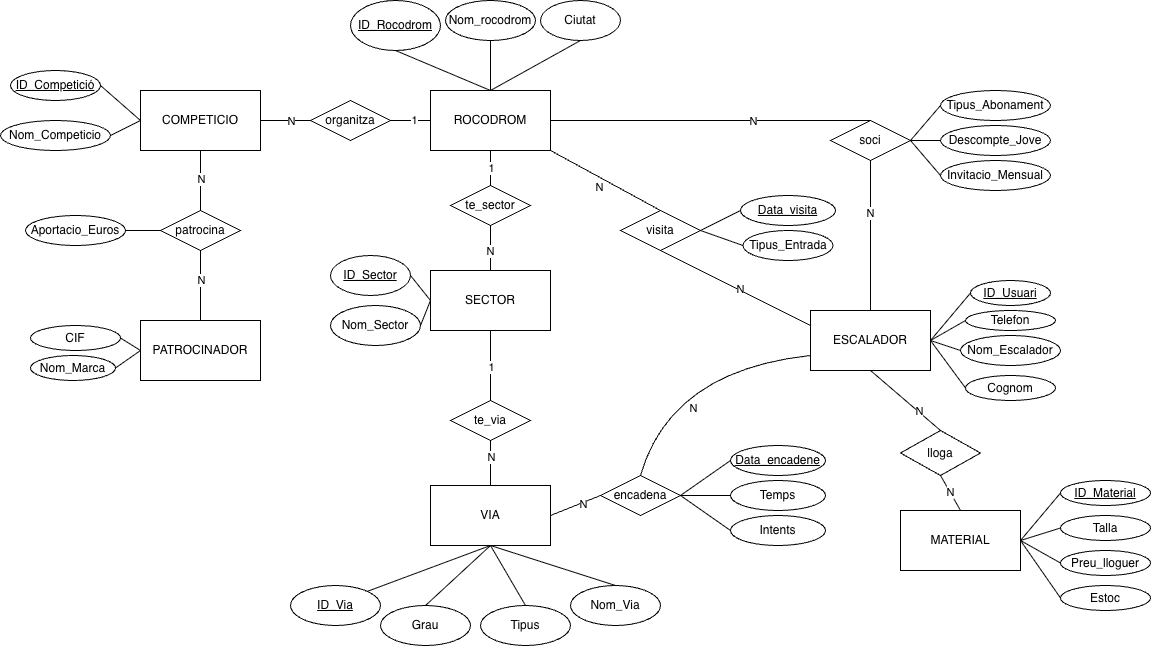
This is diagrama.png from huangjuehe/basesdedatos, a draw.io export, as it was before one commit. Source tidied: cells renumbered, new cells last; positions are measured from the earlier drawing's top-left corner, leaving out a move shared by most shapes.
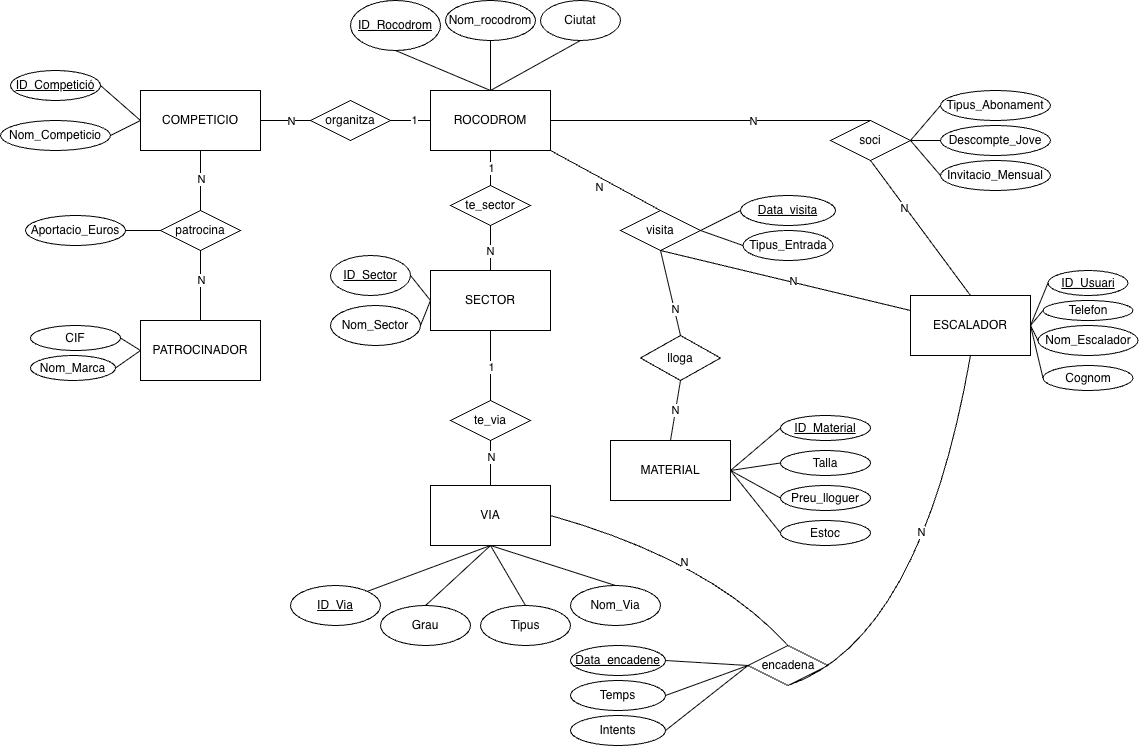
The same file after the commit.

Diff of the diagram source:
```diff
@@ -18,7 +18,7 @@
       <mxGeometry x="430" y="485" width="120" height="60" as="geometry" />
     </mxCell>
     <mxCell id="7" value="ESCALADOR" style="rounded=0;whiteSpace=wrap;html=1;" parent="1" vertex="1">
-      <mxGeometry x="810" y="310" width="120" height="60" as="geometry" />
+      <mxGeometry x="910" y="295" width="120" height="60" as="geometry" />
     </mxCell>
     <mxCell id="8" value="COMPETICIO" style="rounded=0;whiteSpace=wrap;html=1;" parent="1" vertex="1">
       <mxGeometry x="140" y="90" width="120" height="60" as="geometry" />
@@ -51,16 +51,16 @@
       <mxGeometry x="10" y="70" width="90" height="30" as="geometry" />
     </mxCell>
     <mxCell id="18" value="&lt;u&gt;ID_Usuari&lt;/u&gt;" style="ellipse;whiteSpace=wrap;html=1;" parent="1" vertex="1">
-      <mxGeometry x="970" y="280" width="80" height="25" as="geometry" />
+      <mxGeometry x="1047.5" y="270" width="80" height="25" as="geometry" />
     </mxCell>
     <mxCell id="19" value="Telefon" style="ellipse;whiteSpace=wrap;html=1;" parent="1" vertex="1">
-      <mxGeometry x="965" y="310" width="90" height="20" as="geometry" />
+      <mxGeometry x="1042.5" y="300" width="90" height="20" as="geometry" />
     </mxCell>
     <mxCell id="20" value="Nom_Escalador" style="ellipse;whiteSpace=wrap;html=1;" parent="1" vertex="1">
-      <mxGeometry x="960" y="335" width="100" height="30" as="geometry" />
+      <mxGeometry x="1037.5" y="325" width="100" height="30" as="geometry" />
     </mxCell>
     <mxCell id="21" value="Cognom" style="ellipse;whiteSpace=wrap;html=1;" parent="1" vertex="1">
-      <mxGeometry x="965" y="375" width="90" height="25" as="geometry" />
+      <mxGeometry x="1042.5" y="365" width="90" height="25" as="geometry" />
     </mxCell>
     <mxCell id="22" value="CIF" style="ellipse;whiteSpace=wrap;html=1;" parent="1" vertex="1">
       <mxGeometry x="30" y="325" width="90" height="25" as="geometry" />
@@ -141,7 +141,7 @@
       <mxGeometry x="160" y="210" width="80" height="40" as="geometry" />
     </mxCell>
     <mxCell id="48" value="encadena" style="rhombus;whiteSpace=wrap;html=1;" parent="1" vertex="1">
-      <mxGeometry x="600" y="475" width="80" height="40" as="geometry" />
+      <mxGeometry x="747.5" y="645" width="80" height="40" as="geometry" />
     </mxCell>
     <mxCell id="49" style="endArrow=none;html=1;rounded=0;entryX=0.5;entryY=1;entryDx=0;entryDy=0;exitX=0;exitY=0.25;exitDx=0;exitDy=0;curved=1;" parent="1" edge="1" source="7" target="46">
       <mxGeometry relative="1" as="geometry" />
@@ -155,24 +155,26 @@
     <mxCell id="52" value="N" style="edgeLabel;html=1;align=center;verticalAlign=middle;" parent="51" vertex="1">
       <mxGeometry x="0.04" y="9" relative="1" as="geometry" />
     </mxCell>
-    <mxCell id="53" style="endArrow=none;html=1;rounded=0;entryX=0.5;entryY=0;entryDx=0;entryDy=0;exitX=0;exitY=0.75;exitDx=0;exitDy=0;curved=1;" parent="1" edge="1" source="7" target="48">
+    <mxCell id="53" style="endArrow=none;html=1;rounded=0;entryX=0.5;entryY=1;entryDx=0;entryDy=0;exitX=0.5;exitY=1;exitDx=0;exitDy=0;curved=1;" parent="1" edge="1" source="7" target="48">
       <mxGeometry relative="1" as="geometry">
         <Array as="points">
-          <mxPoint x="670" y="370" />
+          <mxPoint x="920" y="640" />
         </Array>
       </mxGeometry>
     </mxCell>
-    <mxCell id="54" value="N" style="edgeLabel;html=1;align=center;verticalAlign=middle;" parent="53" vertex="1">
-      <mxGeometry x="0.37" y="32" relative="1" as="geometry" />
-    </mxCell>
+    <mxCell id="108" value="N" style="edgeLabel;html=1;align=center;verticalAlign=middle;" parent="53" vertex="1">
+      <mxGeometry x="-0.15" y="-18" relative="1" as="geometry" />
+    </mxCell>
-    <mxCell id="55" style="endArrow=none;html=1;rounded=0;entryX=1;entryY=0.5;entryDx=0;entryDy=0;exitX=0;exitY=0.5;exitDx=0;exitDy=0;curved=1;" parent="1" edge="1" source="48" target="6">
-      <mxGeometry relative="1" as="geometry" />
+    <mxCell id="55" style="endArrow=none;html=1;rounded=0;exitX=0.5;exitY=0;exitDx=0;exitDy=0;curved=1;entryX=1;entryY=0.5;entryDx=0;entryDy=0;" parent="1" edge="1" source="48" target="6">
+      <mxGeometry relative="1" as="geometry">
+        <Array as="points">
+          <mxPoint x="710" y="560" />
+        </Array>
+      </mxGeometry>
     </mxCell>
-    <mxCell id="56" value="N" style="edgeLabel;html=1;align=center;verticalAlign=middle;" parent="55" vertex="1">
-      <mxGeometry x="-0.3" y="1" relative="1" as="geometry">
-        <mxPoint y="1" as="offset" />
-      </mxGeometry>
-    </mxCell>
+    <mxCell id="109" value="N" style="edgeLabel;html=1;align=center;verticalAlign=middle;" parent="55" vertex="1">
+      <mxGeometry x="-0.01" y="9" relative="1" as="geometry" />
+    </mxCell>
     <mxCell id="57" style="endArrow=none;html=1;rounded=0;entryX=0.5;entryY=1;entryDx=0;entryDy=0;exitX=0.5;exitY=0;exitDx=0;exitDy=0;" parent="1" edge="1" source="43" target="5">
       <mxGeometry relative="1" as="geometry" />
     </mxCell>
@@ -198,21 +200,21 @@
       <mxGeometry x="0.17" relative="1" as="geometry" />
     </mxCell>
     <mxCell id="65" value="&lt;u&gt;Data_encadene&lt;/u&gt;" style="ellipse;whiteSpace=wrap;html=1;" parent="1" vertex="1">
-      <mxGeometry x="730" y="445" width="95" height="30" as="geometry" />
+      <mxGeometry x="570" y="645" width="95" height="30" as="geometry" />
     </mxCell>
     <mxCell id="66" value="Intents" style="ellipse;whiteSpace=wrap;html=1;" parent="1" vertex="1">
-      <mxGeometry x="730" y="515" width="95" height="30" as="geometry" />
+      <mxGeometry x="570" y="715" width="95" height="30" as="geometry" />
     </mxCell>
     <mxCell id="67" value="Temps" style="ellipse;whiteSpace=wrap;html=1;" parent="1" vertex="1">
-      <mxGeometry x="730" y="480" width="95" height="30" as="geometry" />
+      <mxGeometry x="570" y="680" width="95" height="30" as="geometry" />
     </mxCell>
-    <mxCell id="68" style="endArrow=none;html=1;rounded=0;entryX=1;entryY=0.5;entryDx=0;entryDy=0;exitX=0;exitY=0.5;exitDx=0;exitDy=0;" parent="1" edge="1" source="65" target="48">
+    <mxCell id="68" style="endArrow=none;html=1;rounded=0;exitX=1;exitY=0.5;exitDx=0;exitDy=0;entryX=0;entryY=0.5;entryDx=0;entryDy=0;" parent="1" edge="1" source="65" target="48">
       <mxGeometry relative="1" as="geometry" />
     </mxCell>
-    <mxCell id="69" style="endArrow=none;html=1;rounded=0;entryX=1;entryY=0.5;entryDx=0;entryDy=0;exitX=0;exitY=0.5;exitDx=0;exitDy=0;" parent="1" edge="1" source="67" target="48">
+    <mxCell id="69" style="endArrow=none;html=1;rounded=0;exitX=1;exitY=0.5;exitDx=0;exitDy=0;entryX=0;entryY=0.5;entryDx=0;entryDy=0;" parent="1" edge="1" source="67" target="48">
       <mxGeometry relative="1" as="geometry" />
     </mxCell>
-    <mxCell id="70" style="endArrow=none;html=1;rounded=0;exitX=0;exitY=0.5;exitDx=0;exitDy=0;entryX=1;entryY=0.5;entryDx=0;entryDy=0;" parent="1" edge="1" source="66" target="48">
+    <mxCell id="70" style="endArrow=none;html=1;rounded=0;entryX=1;entryY=0.5;entryDx=0;entryDy=0;exitX=0;exitY=0.5;exitDx=0;exitDy=0;" parent="1" edge="1" source="48" target="66">
       <mxGeometry relative="1" as="geometry" />
     </mxCell>
     <mxCell id="71" value="&lt;u&gt;Data_visita&lt;/u&gt;" style="ellipse;whiteSpace=wrap;html=1;" parent="1" vertex="1">
@@ -292,19 +294,19 @@
       <mxGeometry relative="1" as="geometry" />
     </mxCell>
     <mxCell id="95" value="MATERIAL" style="rounded=0;whiteSpace=wrap;html=1;" parent="1" vertex="1">
-      <mxGeometry x="900" y="510" width="120" height="60" as="geometry" />
+      <mxGeometry x="610" y="440" width="120" height="60" as="geometry" />
     </mxCell>
     <mxCell id="96" value="&lt;u&gt;ID_Material&lt;/u&gt;" style="ellipse;whiteSpace=wrap;html=1;" parent="1" vertex="1">
-      <mxGeometry x="1060" y="480" width="90" height="25" as="geometry" />
+      <mxGeometry x="780" y="415" width="90" height="25" as="geometry" />
     </mxCell>
     <mxCell id="97" value="Estoc" style="ellipse;whiteSpace=wrap;html=1;" parent="1" vertex="1">
-      <mxGeometry x="1060" y="585" width="90" height="25" as="geometry" />
+      <mxGeometry x="780" y="520" width="90" height="25" as="geometry" />
     </mxCell>
     <mxCell id="98" value="Talla" style="ellipse;whiteSpace=wrap;html=1;" parent="1" vertex="1">
-      <mxGeometry x="1060" y="515" width="90" height="25" as="geometry" />
+      <mxGeometry x="780" y="450" width="90" height="25" as="geometry" />
     </mxCell>
     <mxCell id="99" value="Preu_lloguer" style="ellipse;whiteSpace=wrap;html=1;" parent="1" vertex="1">
-      <mxGeometry x="1060" y="550" width="90" height="25" as="geometry" />
+      <mxGeometry x="780" y="485" width="90" height="25" as="geometry" />
     </mxCell>
     <mxCell id="100" style="endArrow=none;html=1;rounded=0;entryX=1;entryY=0.5;entryDx=0;entryDy=0;exitX=0;exitY=0.5;exitDx=0;exitDy=0;" parent="1" edge="1" source="96" target="95">
       <mxGeometry relative="1" as="geometry" />
@@ -319,9 +321,9 @@
       <mxGeometry relative="1" as="geometry" />
     </mxCell>
     <mxCell id="104" value="lloga" style="rhombus;whiteSpace=wrap;html=1;" parent="1" vertex="1">
-      <mxGeometry x="900" y="430" width="80" height="45" as="geometry" />
+      <mxGeometry x="640" y="335" width="80" height="45" as="geometry" />
     </mxCell>
-    <mxCell id="105" style="endArrow=none;html=1;rounded=0;entryX=0.5;entryY=0;entryDx=0;entryDy=0;exitX=0.5;exitY=1;exitDx=0;exitDy=0;" parent="1" edge="1" source="7" target="104">
+    <mxCell id="105" style="endArrow=none;html=1;rounded=0;entryX=0.5;entryY=0;entryDx=0;entryDy=0;exitX=0.5;exitY=1;exitDx=0;exitDy=0;" parent="1" edge="1" source="46" target="104">
       <mxGeometry relative="1" as="geometry" />
     </mxCell>
     <mxCell id="106" value="N" style="edgeLabel;html=1;align=center;verticalAlign=middle;" parent="105" vertex="1">
```
